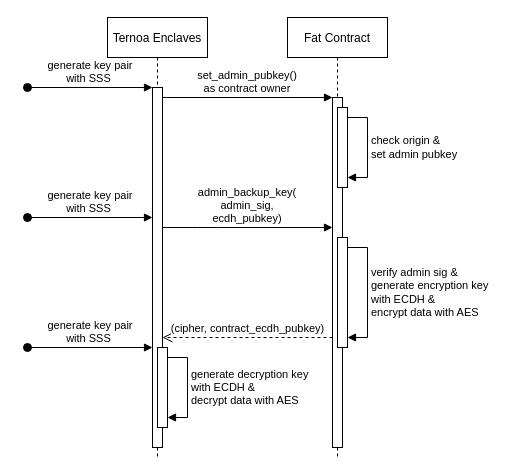
Before: Ternoa-secret-NFT.drawio in shelvenzhou/drawio-diagrams, a draw.io diagram. Source tidied: cells renumbered, new cells numbered last; positions are measured from the earlier drawing's top-left corner, leaving out a move shared by most shapes. Both pictures are drawn from the tidied source at 100%, with x=0, y=0 at pixel (27, 17).
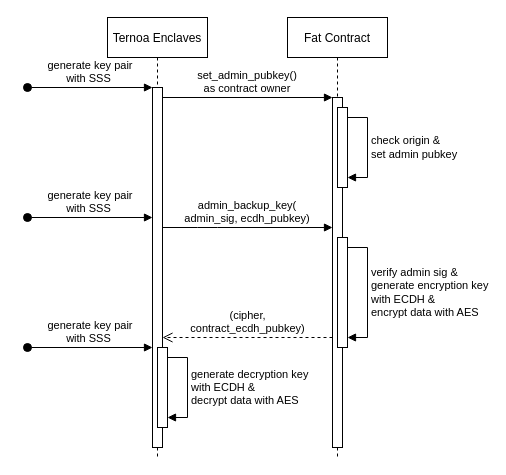
The same diagram, later.

Unchanged cells that the change refers to:
```xml
<mxCell id="3" style="points=[];perimeter=orthogonalPerimeter;rounded=0;shadow=0;strokeWidth=1;" parent="2" vertex="1">
  <mxGeometry x="45" y="70" width="10" height="360" as="geometry" />
</mxCell>
<mxCell id="9" style="points=[];perimeter=orthogonalPerimeter;rounded=0;shadow=0;strokeWidth=1;" parent="8" vertex="1">
  <mxGeometry x="45" y="80" width="10" height="350" as="geometry" />
</mxCell>
```

Diff of the diagram source:
```diff
@@
-    <mxCell id="16" value="admin_backup_key(&#10;admin_sig,&#10;ecdh_pubkey)" style="verticalAlign=bottom;endArrow=block;shadow=0;strokeWidth=1;" parent="1" edge="1" source="3" target="9">
+    <mxCell id="16" value="admin_backup_key(&#10;admin_sig, ecdh_pubkey)" style="verticalAlign=bottom;endArrow=block;shadow=0;strokeWidth=1;" parent="1" edge="1" source="3" target="9">
       <mxGeometry relative="1" as="geometry">
         <Array as="points">
           <mxPoint x="180" y="210" />
         </Array>
       </mxGeometry>
     </mxCell>
-    <mxCell id="17" value="(cipher, contract_ecdh_pubkey)" style="html=1;verticalAlign=bottom;endArrow=open;dashed=1;endSize=8;rounded=0;" parent="1" edge="1" source="9" target="3">
+    <mxCell id="17" value="(cipher,&lt;br&gt;contract_ecdh_pubkey)" style="html=1;verticalAlign=bottom;endArrow=open;dashed=1;endSize=8;rounded=0;" parent="1" edge="1" source="9" target="3">
       <mxGeometry relative="1" as="geometry">
         <Array as="points">
           <mxPoint x="200" y="320" />
         </Array>
       </mxGeometry>
     </mxCell>
```
